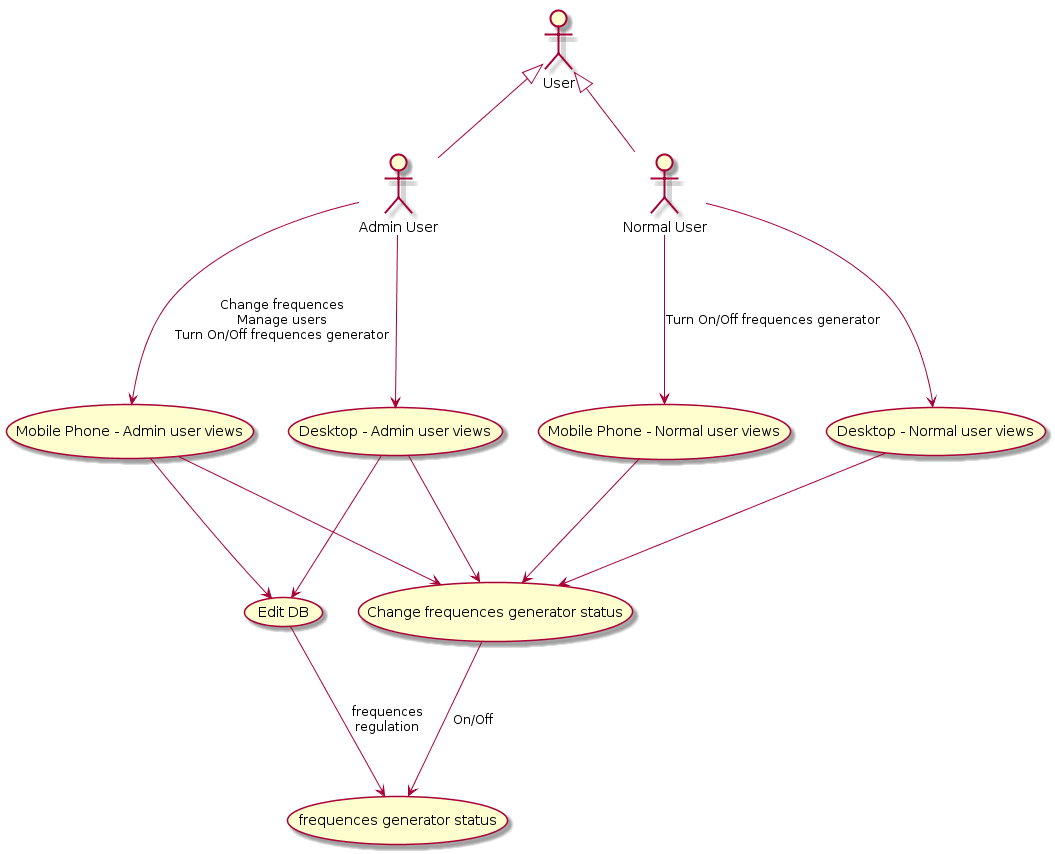
Above: doc/img/use_case.png in giuliobosco/freqline (PlantUML), before the change. The source it was exported from:
```plantuml
@startuml
:Admin User: as AdminUser
:Normal User: as NormalUser

User <|-- AdminUser
User <|-- NormalUser

(Mobile Phone - Normal user views) as NormalPhone
(Mobile Phone - Admin user views) as AdminPhone
(Desktop - Normal user views) as NormalDesktop
(Desktop - Admin user views) as AdminDesktop
(Edit DB) as edb
(Change frequences generator status) as chstatus
(frequences generator status) as status

NormalUser ---> NormalPhone : Turn On/Off frequences generator
NormalUser ---> NormalDesktop
AdminUser ---> AdminPhone : Change frequences\nManage users\nTurn On/Off frequences generator
AdminUser ---> AdminDesktop

NormalPhone ---> chstatus
NormalDesktop ---> chstatus
AdminPhone ---> chstatus
AdminDesktop ---> chstatus
AdminPhone ---> edb
AdminDesktop ---> edb

chstatus ---> status : On/Off
edb ---> status : frequences\nregulation
@enduml
```
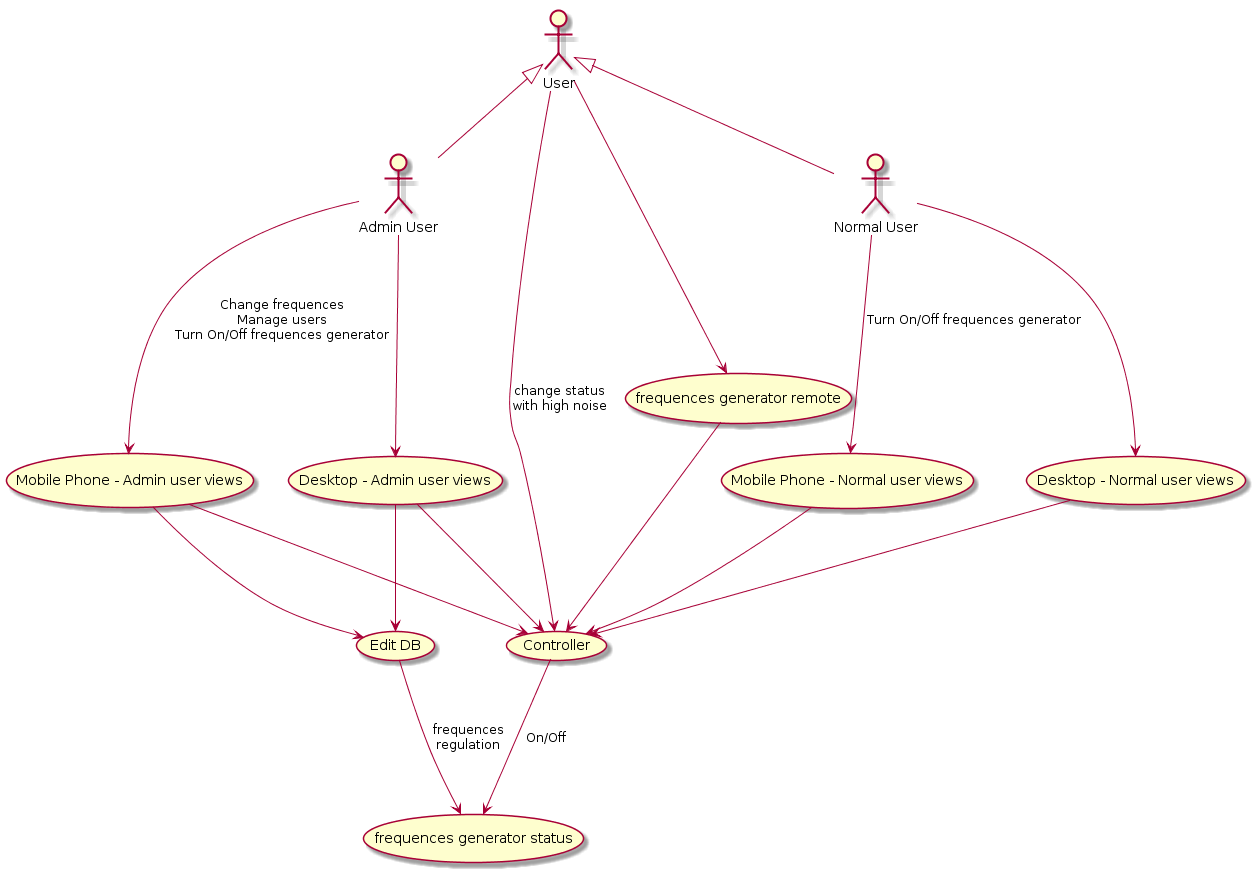
The same file after the commit.

Commit message:
fix use case

What changed in the source:
```diff
@@ -10,8 +10,9 @@
 (Desktop - Normal user views) as NormalDesktop
 (Desktop - Admin user views) as AdminDesktop
 (Edit DB) as edb
-(Change frequences generator status) as chstatus
+(Controller) as chstatus
 (frequences generator status) as status
+(frequences generator remote) as remote
 
 NormalUser ---> NormalPhone : Turn On/Off frequences generator
 NormalUser ---> NormalDesktop
@@ -27,4 +28,9 @@
 
 chstatus ---> status : On/Off
 edb ---> status : frequences\nregulation
+
+User ---> chstatus : change status\nwith high noise
+User ---> remote
+
+remote ---> chstatus
 @enduml
```
